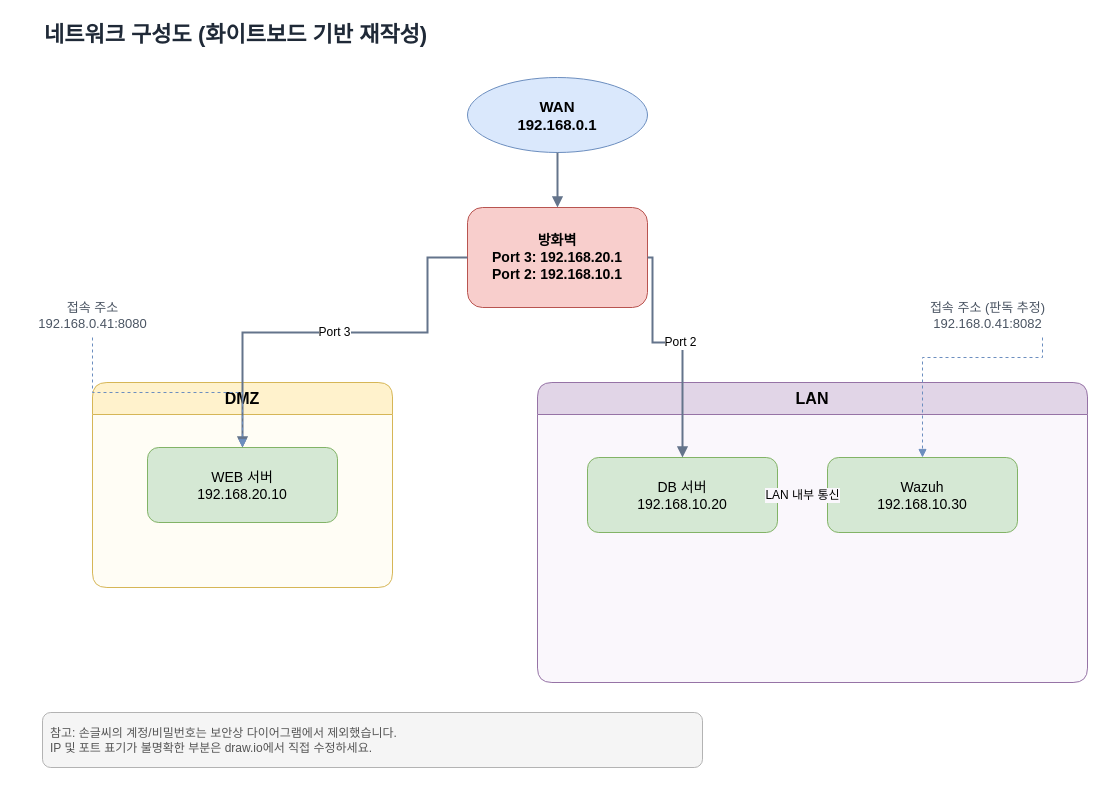
Before: topology/wazuh_network_diagram.drawio in zeldaim/shadow_api_monitoring, a draw.io diagram. Source tidied: cells renumbered, new cells numbered last; positions are measured from the earlier drawing's top-left corner, leaving out a move shared by most shapes. Both pictures are drawn from the tidied source at 100%, with x=0, y=0 at pixel (17, 17).
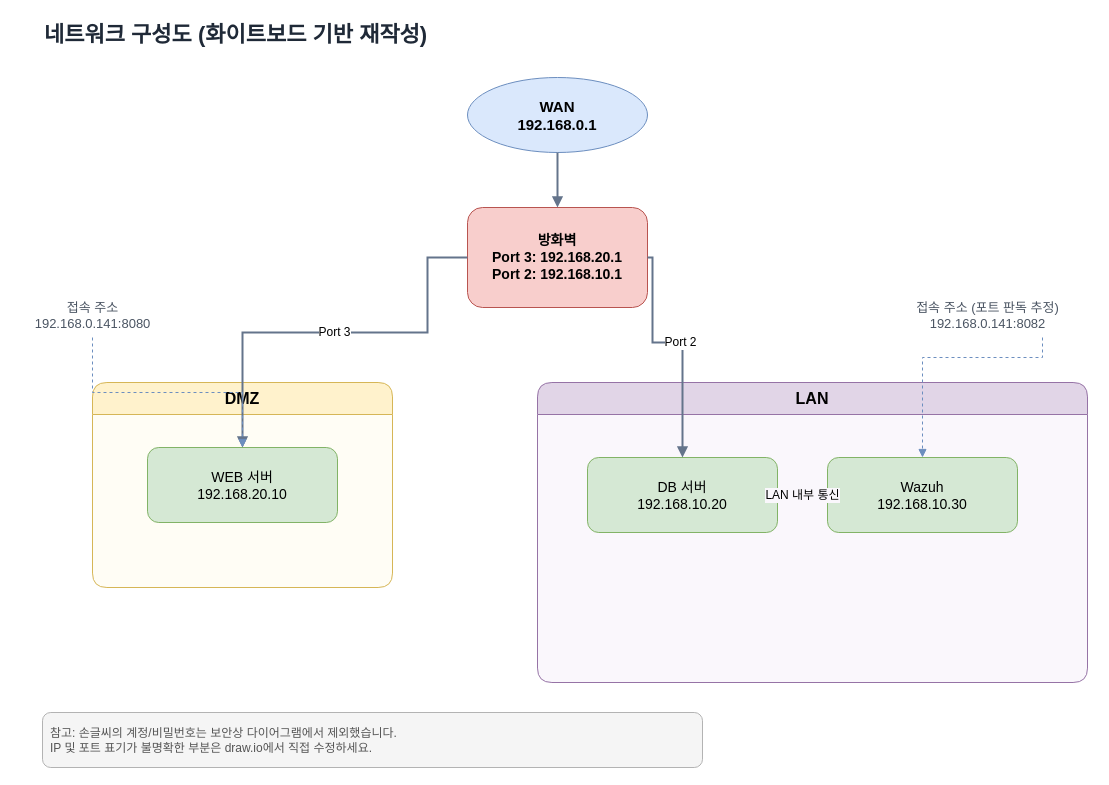
The same page after the edit.

What changed in the source:
```diff
@@
-    <mxCell id="10" value="접속 주소&#10;192.168.0.41:8080" style="text;html=1;align=center;verticalAlign=middle;fontSize=13;fontColor=#4B5563;" parent="1" vertex="1">
+    <mxCell id="10" value="접속 주소&#10;192.168.0.141:8080" style="text;html=1;align=center;verticalAlign=middle;fontSize=13;fontColor=#4B5563;" parent="1" vertex="1">
       <mxGeometry y="275" width="150" height="45" as="geometry" />
     </mxCell>
-    <mxCell id="11" value="접속 주소 (판독 추정)&#10;192.168.0.41:8082" style="text;html=1;align=center;verticalAlign=middle;fontSize=13;fontColor=#4B5563;" parent="1" vertex="1">
+    <mxCell id="11" value="접속 주소 (포트 판독 추정)&#10;192.168.0.141:8082" style="text;html=1;align=center;verticalAlign=middle;fontSize=13;fontColor=#4B5563;" parent="1" vertex="1">
       <mxGeometry x="865" y="275" width="210" height="45" as="geometry" />
     </mxCell>
```
